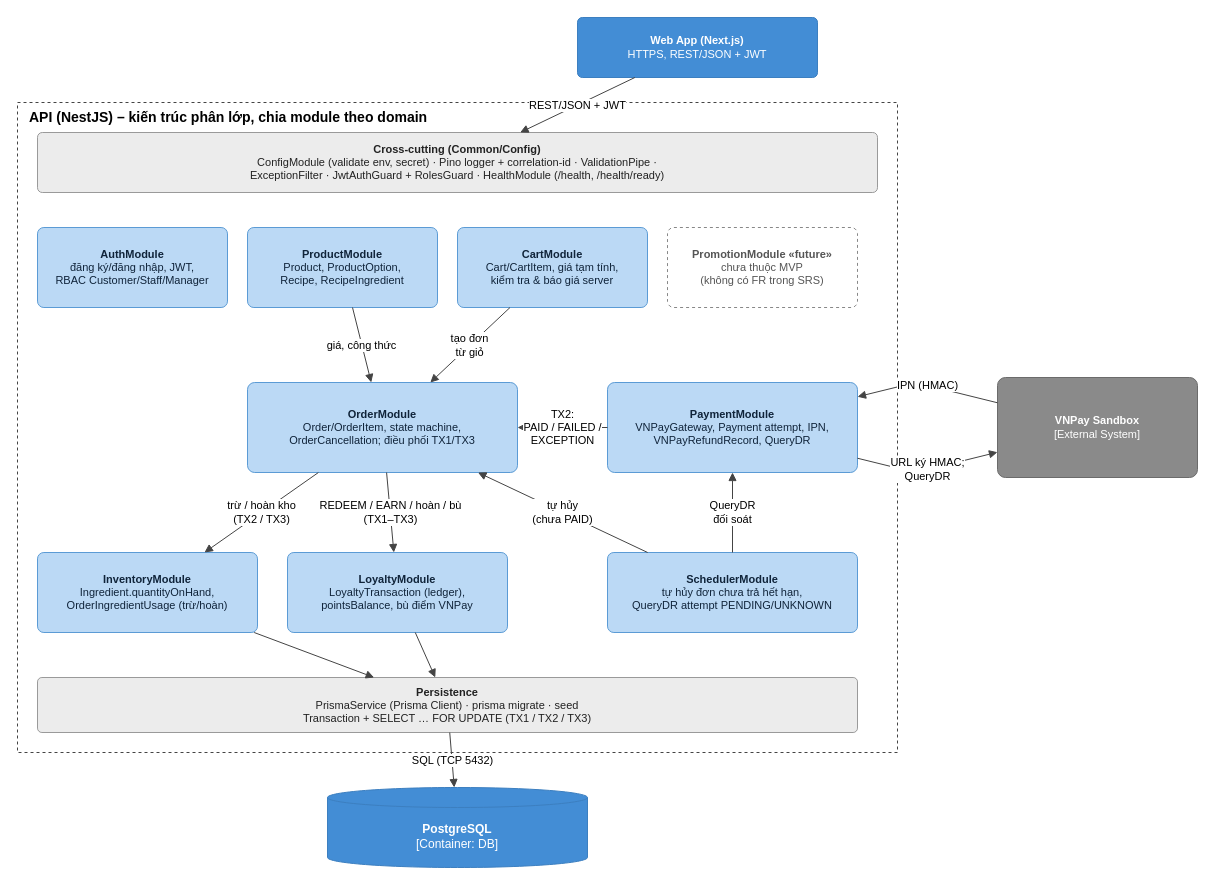
Earlier version of the draw.io diagram docs/diagrams/sources/component-api.drawio (mhien06/SWE_A2). Source tidied: cells renumbered, new cells numbered last; positions are measured from the earlier drawing's top-left corner, leaving out a move shared by most shapes. Both pictures are drawn from the tidied source at 100%, with x=0, y=0 at pixel (17, 17).
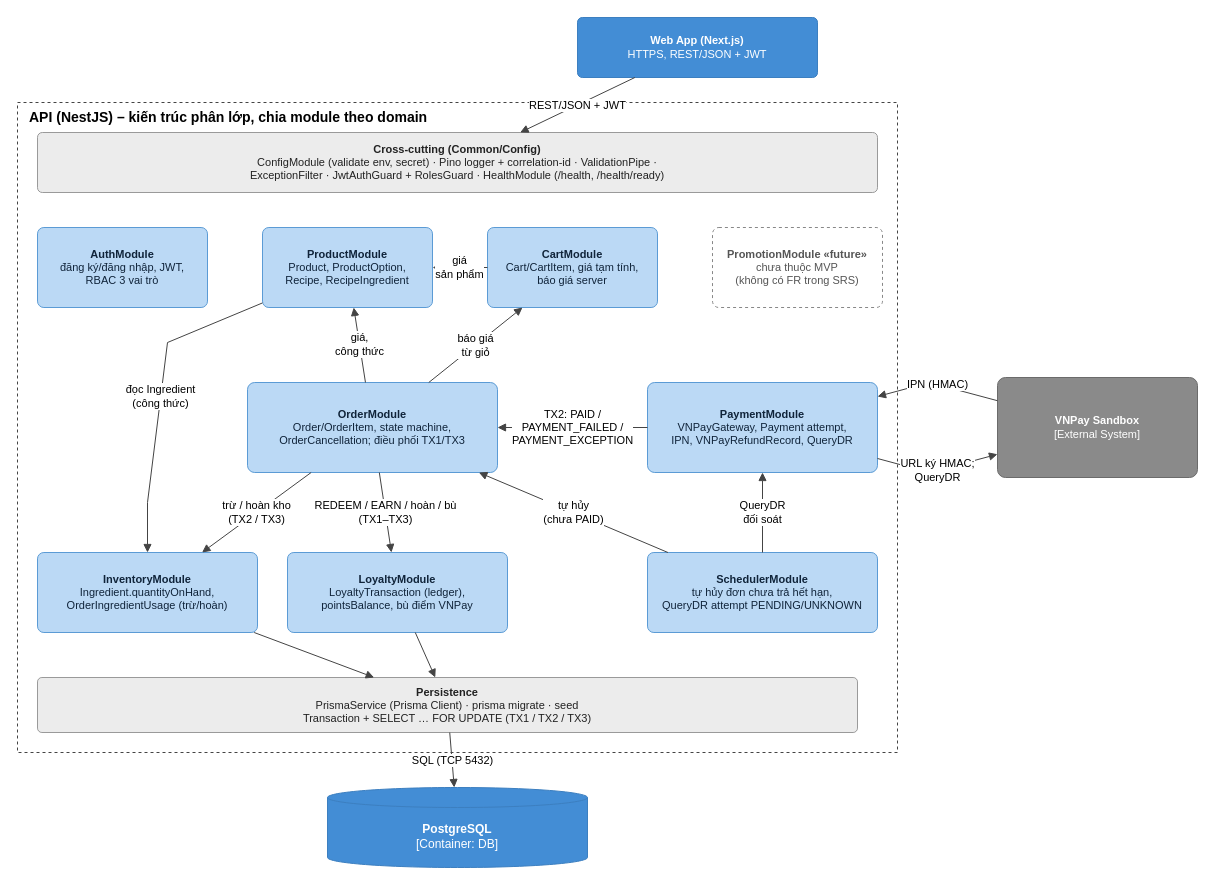
Above is the later version.

Commit message (it also covers changes not shown here):
docs(task3.1): sua theo review cua Hien (state diagram, chieu phu thuoc, nhan trang thai, ADR-006)

The change refers to these unchanged cells:
```xml
<mxCell id="11" value="&lt;b&gt;InventoryModule&lt;/b&gt;&lt;br&gt;Ingredient.quantityOnHand,&lt;br&gt;OrderIngredientUsage (trừ/hoàn)" style="rounded=1;whiteSpace=wrap;html=1;arcSize=8;fillColor=#BBD9F5;strokeColor=#5B9BD5;fontColor=#10243a;fontSize=11;" parent="1" vertex="1">
  <mxGeometry x="20" y="535" width="220" height="80" as="geometry" />
</mxCell>
<mxCell id="12" value="&lt;b&gt;LoyaltyModule&lt;/b&gt;&lt;br&gt;LoyaltyTransaction (ledger),&lt;br&gt;pointsBalance, bù điểm VNPay" style="rounded=1;whiteSpace=wrap;html=1;arcSize=8;fillColor=#BBD9F5;strokeColor=#5B9BD5;fontColor=#10243a;fontSize=11;" parent="1" vertex="1">
  <mxGeometry x="270" y="535" width="220" height="80" as="geometry" />
</mxCell>
<mxCell id="14" value="&lt;b&gt;Persistence&lt;/b&gt;&lt;br&gt;PrismaService (Prisma Client) · prisma migrate · seed&lt;br&gt;Transaction + SELECT … FOR UPDATE (TX1 / TX2 / TX3)" style="rounded=1;whiteSpace=wrap;html=1;arcSize=8;fillColor=#ECECEC;strokeColor=#9A9A9A;fontColor=#222222;fontSize=11;" parent="1" vertex="1">
  <mxGeometry x="20" y="660" width="820" height="55" as="geometry" />
</mxCell>
<mxCell id="15" value="&lt;b&gt;PostgreSQL&lt;/b&gt;&lt;br&gt;[Container: DB]" style="shape=cylinder3;whiteSpace=wrap;html=1;boundedLbl=1;backgroundOutline=1;size=10;fillColor=#438DD5;strokeColor=#3C7FC0;fontColor=#ffffff;" parent="1" vertex="1">
  <mxGeometry x="310" y="770" width="260" height="80" as="geometry" />
</mxCell>
<mxCell id="16" value="&lt;b&gt;VNPay Sandbox&lt;/b&gt;&lt;br&gt;[External System]" style="rounded=1;whiteSpace=wrap;html=1;arcSize=8;fillColor=#8A8A8A;strokeColor=#6B6B6B;fontColor=#ffffff;fontSize=11;" parent="1" vertex="1">
  <mxGeometry x="980" y="360" width="200" height="100" as="geometry" />
</mxCell>
```

The edit, as a diff of the source:
```diff
@@
-    <mxCell id="5" value="&lt;b&gt;AuthModule&lt;/b&gt;&lt;br&gt;đăng ký/đăng nhập, JWT,&lt;br&gt;RBAC Customer/Staff/Manager" style="rounded=1;whiteSpace=wrap;html=1;arcSize=8;fillColor=#BBD9F5;strokeColor=#5B9BD5;fontColor=#10243a;fontSize=11;" parent="1" vertex="1">
-      <mxGeometry x="20" y="210" width="190" height="80" as="geometry" />
+    <mxCell id="5" value="&lt;b&gt;AuthModule&lt;/b&gt;&lt;br&gt;đăng ký/đăng nhập, JWT,&lt;br&gt;RBAC 3 vai trò" style="rounded=1;whiteSpace=wrap;html=1;arcSize=8;fillColor=#BBD9F5;strokeColor=#5B9BD5;fontColor=#10243a;fontSize=11;" parent="1" vertex="1">
+      <mxGeometry x="20" y="210" width="170" height="80" as="geometry" />
     </mxCell>
     <mxCell id="6" value="&lt;b&gt;ProductModule&lt;/b&gt;&lt;br&gt;Product, ProductOption,&lt;br&gt;Recipe, RecipeIngredient" style="rounded=1;whiteSpace=wrap;html=1;arcSize=8;fillColor=#BBD9F5;strokeColor=#5B9BD5;fontColor=#10243a;fontSize=11;" parent="1" vertex="1">
-      <mxGeometry x="230" y="210" width="190" height="80" as="geometry" />
+      <mxGeometry x="245" y="210" width="170" height="80" as="geometry" />
     </mxCell>
-    <mxCell id="7" value="&lt;b&gt;CartModule&lt;/b&gt;&lt;br&gt;Cart/CartItem, giá tạm tính,&lt;br&gt;kiểm tra &amp; báo giá server" style="rounded=1;whiteSpace=wrap;html=1;arcSize=8;fillColor=#BBD9F5;strokeColor=#5B9BD5;fontColor=#10243a;fontSize=11;" parent="1" vertex="1">
-      <mxGeometry x="440" y="210" width="190" height="80" as="geometry" />
+    <mxCell id="7" value="&lt;b&gt;CartModule&lt;/b&gt;&lt;br&gt;Cart/CartItem, giá tạm tính,&lt;br&gt;báo giá server" style="rounded=1;whiteSpace=wrap;html=1;arcSize=8;fillColor=#BBD9F5;strokeColor=#5B9BD5;fontColor=#10243a;fontSize=11;" parent="1" vertex="1">
+      <mxGeometry x="470" y="210" width="170" height="80" as="geometry" />
     </mxCell>
     <mxCell id="8" value="&lt;b&gt;PromotionModule «future»&lt;/b&gt;&lt;br&gt;chưa thuộc MVP&lt;br&gt;(không có FR trong SRS)" style="rounded=1;whiteSpace=wrap;html=1;arcSize=8;fillColor=#FFFFFF;strokeColor=#888888;fontColor=#555555;fontSize=11;dashed=1;" parent="1" vertex="1">
-      <mxGeometry x="650" y="210" width="190" height="80" as="geometry" />
+      <mxGeometry x="695" y="210" width="170" height="80" as="geometry" />
     </mxCell>
     <mxCell id="9" value="&lt;b&gt;OrderModule&lt;/b&gt;&lt;br&gt;Order/OrderItem, state machine,&lt;br&gt;OrderCancellation; điều phối TX1/TX3" style="rounded=1;whiteSpace=wrap;html=1;arcSize=8;fillColor=#BBD9F5;strokeColor=#5B9BD5;fontColor=#10243a;fontSize=11;" parent="1" vertex="1">
-      <mxGeometry x="230" y="365" width="270" height="90" as="geometry" />
+      <mxGeometry x="230" y="365" width="250" height="90" as="geometry" />
     </mxCell>
-    <mxCell id="10" value="&lt;b&gt;PaymentModule&lt;/b&gt;&lt;br&gt;VNPayGateway, Payment attempt, IPN,&lt;br&gt;VNPayRefundRecord, QueryDR" style="rounded=1;whiteSpace=wrap;html=1;arcSize=8;fillColor=#BBD9F5;strokeColor=#5B9BD5;fontColor=#10243a;fontSize=11;" parent="1" vertex="1">
-      <mxGeometry x="590" y="365" width="250" height="90" as="geometry" />
+    <mxCell id="10" value="&lt;b&gt;PaymentModule&lt;/b&gt;&lt;br&gt;VNPayGateway, Payment attempt,&lt;br&gt;IPN, VNPayRefundRecord, QueryDR" style="rounded=1;whiteSpace=wrap;html=1;arcSize=8;fillColor=#BBD9F5;strokeColor=#5B9BD5;fontColor=#10243a;fontSize=11;" parent="1" vertex="1">
+      <mxGeometry x="630" y="365" width="230" height="90" as="geometry" />
     </mxCell>
@@
     <mxCell id="13" value="&lt;b&gt;SchedulerModule&lt;/b&gt;&lt;br&gt;tự hủy đơn chưa trả hết hạn,&lt;br&gt;QueryDR attempt PENDING/UNKNOWN" style="rounded=1;whiteSpace=wrap;html=1;arcSize=8;fillColor=#BBD9F5;strokeColor=#5B9BD5;fontColor=#10243a;fontSize=11;" parent="1" vertex="1">
-      <mxGeometry x="590" y="535" width="250" height="80" as="geometry" />
+      <mxGeometry x="630" y="535" width="230" height="80" as="geometry" />
     </mxCell>
@@
-    <mxCell id="18" value="tạo đơn&lt;br&gt;từ giỏ" style="endArrow=block;endFill=1;html=1;rounded=0;strokeColor=#444444;fontSize=11;labelBackgroundColor=#ffffff;" parent="1" edge="1" source="7" target="9">
+    <mxCell id="18" value="báo giá&lt;br&gt;từ giỏ" style="endArrow=block;endFill=1;html=1;rounded=0;strokeColor=#444444;fontSize=11;labelBackgroundColor=#ffffff;" parent="1" edge="1" source="9" target="7">
       <mxGeometry relative="1" as="geometry" />
     </mxCell>
-    <mxCell id="19" value="giá, công thức" style="endArrow=block;endFill=1;html=1;rounded=0;strokeColor=#444444;fontSize=11;labelBackgroundColor=#ffffff;" parent="1" edge="1" source="6" target="9">
+    <mxCell id="19" value="giá,&lt;br&gt;công thức" style="endArrow=block;endFill=1;html=1;rounded=0;strokeColor=#444444;fontSize=11;labelBackgroundColor=#ffffff;" parent="1" edge="1" source="9" target="6">
       <mxGeometry relative="1" as="geometry" />
     </mxCell>
-    <mxCell id="20" value="TX2:&lt;br&gt;PAID / FAILED /&lt;br&gt;EXCEPTION" style="endArrow=block;endFill=1;html=1;rounded=0;strokeColor=#444444;fontSize=11;labelBackgroundColor=#ffffff;" parent="1" edge="1" source="10" target="9">
+    <mxCell id="20" value="giá&lt;br&gt;sản phẩm" style="endArrow=block;endFill=1;html=1;rounded=0;strokeColor=#444444;fontSize=11;labelBackgroundColor=#ffffff;" parent="1" edge="1" source="7" target="6">
       <mxGeometry relative="1" as="geometry" />
     </mxCell>
-    <mxCell id="21" value="tự hủy&lt;br&gt;(chưa PAID)" style="endArrow=block;endFill=1;html=1;rounded=0;strokeColor=#444444;fontSize=11;labelBackgroundColor=#ffffff;" parent="1" edge="1" source="13" target="9">
-      <mxGeometry relative="1" as="geometry" />
+    <mxCell id="21" value="đọc Ingredient&lt;br&gt;(công thức)" style="endArrow=block;endFill=1;html=1;rounded=0;strokeColor=#444444;fontSize=11;labelBackgroundColor=#ffffff;" parent="1" edge="1" source="6" target="11">
+      <mxGeometry relative="1" as="geometry">
+        <Array as="points">
+          <mxPoint x="150" y="325" />
+          <mxPoint x="130" y="485" />
+        </Array>
+      </mxGeometry>
     </mxCell>
-    <mxCell id="22" value="QueryDR&lt;br&gt;đối soát" style="endArrow=block;endFill=1;html=1;rounded=0;strokeColor=#444444;fontSize=11;labelBackgroundColor=#ffffff;" parent="1" edge="1" source="13" target="10">
+    <mxCell id="22" value="TX2: PAID /&lt;br&gt;PAYMENT_FAILED /&lt;br&gt;PAYMENT_EXCEPTION" style="endArrow=block;endFill=1;html=1;rounded=0;strokeColor=#444444;fontSize=11;labelBackgroundColor=#ffffff;" parent="1" edge="1" source="10" target="9">
       <mxGeometry relative="1" as="geometry" />
     </mxCell>
-    <mxCell id="23" value="trừ / hoàn kho&lt;br&gt;(TX2 / TX3)" style="endArrow=block;endFill=1;html=1;rounded=0;strokeColor=#444444;fontSize=11;labelBackgroundColor=#ffffff;" parent="1" edge="1" source="9" target="11">
+    <mxCell id="23" value="tự hủy&lt;br&gt;(chưa PAID)" style="endArrow=block;endFill=1;html=1;rounded=0;strokeColor=#444444;fontSize=11;labelBackgroundColor=#ffffff;" parent="1" edge="1" source="13" target="9">
       <mxGeometry relative="1" as="geometry" />
     </mxCell>
-    <mxCell id="24" value="REDEEM / EARN / hoàn / bù&lt;br&gt;(TX1–TX3)" style="endArrow=block;endFill=1;html=1;rounded=0;strokeColor=#444444;fontSize=11;labelBackgroundColor=#ffffff;" parent="1" edge="1" source="9" target="12">
+    <mxCell id="24" value="QueryDR&lt;br&gt;đối soát" style="endArrow=block;endFill=1;html=1;rounded=0;strokeColor=#444444;fontSize=11;labelBackgroundColor=#ffffff;" parent="1" edge="1" source="13" target="10">
       <mxGeometry relative="1" as="geometry" />
     </mxCell>
-    <mxCell id="25" style="endArrow=block;endFill=1;html=1;rounded=0;strokeColor=#444444;fontSize=11;labelBackgroundColor=#ffffff;" parent="1" edge="1" source="11" target="14">
+    <mxCell id="25" value="trừ / hoàn kho&lt;br&gt;(TX2 / TX3)" style="endArrow=block;endFill=1;html=1;rounded=0;strokeColor=#444444;fontSize=11;labelBackgroundColor=#ffffff;" parent="1" edge="1" source="9" target="11">
       <mxGeometry relative="1" as="geometry" />
     </mxCell>
-    <mxCell id="26" style="endArrow=block;endFill=1;html=1;rounded=0;strokeColor=#444444;fontSize=11;labelBackgroundColor=#ffffff;" parent="1" edge="1" source="12" target="14">
+    <mxCell id="26" value="REDEEM / EARN / hoàn / bù&lt;br&gt;(TX1–TX3)" style="endArrow=block;endFill=1;html=1;rounded=0;strokeColor=#444444;fontSize=11;labelBackgroundColor=#ffffff;" parent="1" edge="1" source="9" target="12">
       <mxGeometry relative="1" as="geometry" />
     </mxCell>
-    <mxCell id="27" value="SQL (TCP 5432)" style="endArrow=block;endFill=1;html=1;rounded=0;strokeColor=#444444;fontSize=11;labelBackgroundColor=#ffffff;" parent="1" edge="1" source="14" target="15">
+    <mxCell id="27" style="endArrow=block;endFill=1;html=1;rounded=0;strokeColor=#444444;fontSize=11;labelBackgroundColor=#ffffff;" parent="1" edge="1" source="11" target="14">
       <mxGeometry relative="1" as="geometry" />
     </mxCell>
-    <mxCell id="28" value="URL ký HMAC;&lt;br&gt;QueryDR" style="endArrow=block;endFill=1;html=1;rounded=0;strokeColor=#444444;fontSize=11;labelBackgroundColor=#ffffff;" parent="1" edge="1" source="10" target="16">
-      <mxGeometry relative="1" as="geometry">
-        <Array as="points">
-          <mxPoint x="898" y="455" />
-        </Array>
-      </mxGeometry>
+    <mxCell id="28" style="endArrow=block;endFill=1;html=1;rounded=0;strokeColor=#444444;fontSize=11;labelBackgroundColor=#ffffff;" parent="1" edge="1" source="12" target="14">
+      <mxGeometry relative="1" as="geometry" />
     </mxCell>
-    <mxCell id="29" value="IPN (HMAC)" style="endArrow=block;endFill=1;html=1;rounded=0;strokeColor=#444444;fontSize=11;labelBackgroundColor=#ffffff;" parent="1" edge="1" source="16" target="10">
-      <mxGeometry relative="1" as="geometry">
-        <Array as="points">
-          <mxPoint x="898" y="365" />
-        </Array>
-      </mxGeometry>
+    <mxCell id="29" value="SQL (TCP 5432)" style="endArrow=block;endFill=1;html=1;rounded=0;strokeColor=#444444;fontSize=11;labelBackgroundColor=#ffffff;" parent="1" edge="1" source="14" target="15">
+      <mxGeometry relative="1" as="geometry" />
     </mxCell>
+    <mxCell id="30" value="URL ký HMAC;&lt;br&gt;QueryDR" style="endArrow=block;endFill=1;html=1;rounded=0;strokeColor=#444444;fontSize=11;labelBackgroundColor=#ffffff;" parent="1" edge="1" source="10" target="16">
+      <mxGeometry relative="1" as="geometry">
+        <Array as="points">
+          <mxPoint x="912" y="455" />
+        </Array>
+      </mxGeometry>
+    </mxCell>
+    <mxCell id="31" value="IPN (HMAC)" style="endArrow=block;endFill=1;html=1;rounded=0;strokeColor=#444444;fontSize=11;labelBackgroundColor=#ffffff;" parent="1" edge="1" source="16" target="10">
+      <mxGeometry relative="1" as="geometry">
+        <Array as="points">
+          <mxPoint x="912" y="365" />
+        </Array>
+      </mxGeometry>
+    </mxCell>
```
